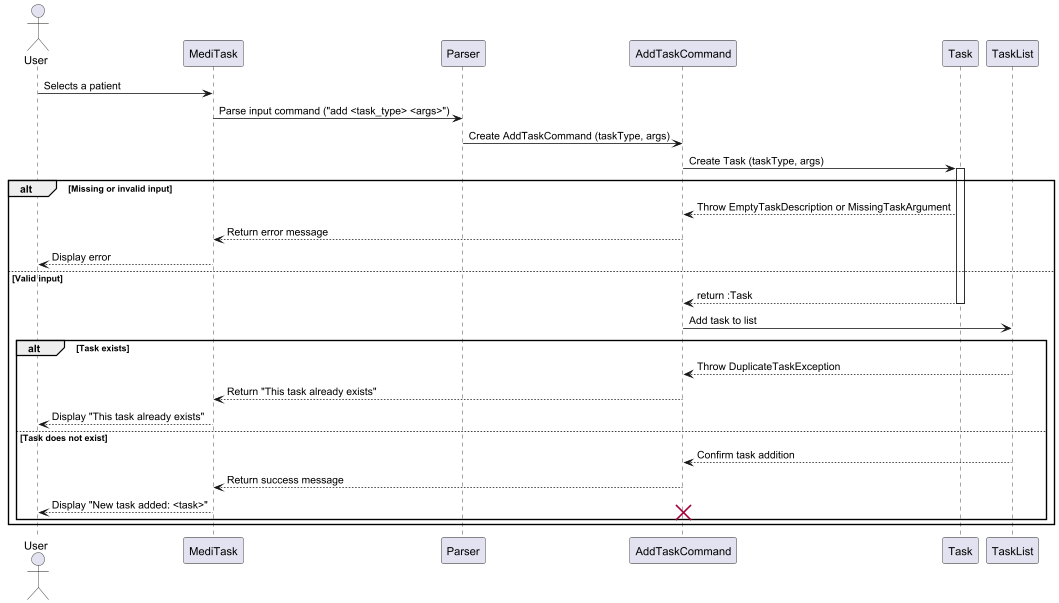
Earlier version of the PlantUML export docs/images/AddTaskSequenceDiagram.png (nus-cs2113-AY2425S1/tp).
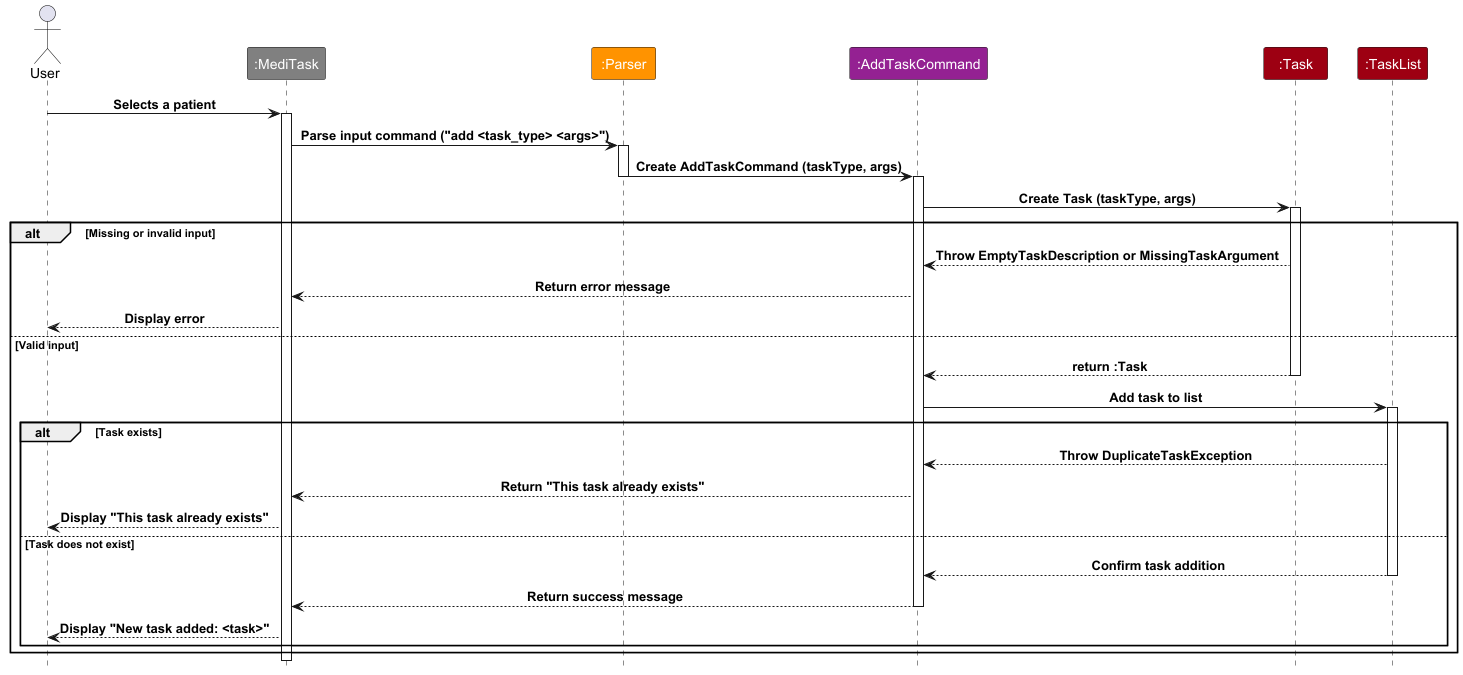
Above is the later version.

What changed in the source:
```diff
@@ -1,15 +1,22 @@
 @startuml
+
+!include style.puml
+skinparam ArrowFormatStyle plain
+
 actor User
-participant MediTask
-participant Parser
-participant AddTaskCommand
-participant Task
-participant TaskList
+participant ":MediTask" as MediTask MAIN_COLOR
+participant ":Parser" as Parser PARSER_COLOR
+participant ":AddTaskCommand" as AddTaskCommand COMMAND_COLOR
+participant ":Task" as Task DATA_COLOR
+participant ":TaskList" as TaskList DATA_COLOR
 
 User -> MediTask: Selects a patient
+activate MediTask
 MediTask -> Parser: Parse input command ("add <task_type> <args>")
+activate Parser
 Parser -> AddTaskCommand: Create AddTaskCommand (taskType, args)
-
+deactivate Parser
+activate AddTaskCommand
 AddTaskCommand -> Task: Create Task (taskType, args)
 activate Task
 alt Missing or invalid input
@@ -20,15 +27,17 @@
     Task --> AddTaskCommand: return :Task
     deactivate Task
     AddTaskCommand -> TaskList: Add task to list
+    activate TaskList
     alt Task exists
         TaskList --> AddTaskCommand: Throw DuplicateTaskException
         AddTaskCommand --> MediTask: Return "This task already exists"
         MediTask --> User: Display "This task already exists"
     else Task does not exist
         TaskList --> AddTaskCommand: Confirm task addition
+        deactivate TaskList
         AddTaskCommand --> MediTask: Return success message
+        deactivate AddTaskCommand
         MediTask --> User: Display "New task added: <task>"
-        destroy AddTaskCommand
     end
 end
 @enduml
```
